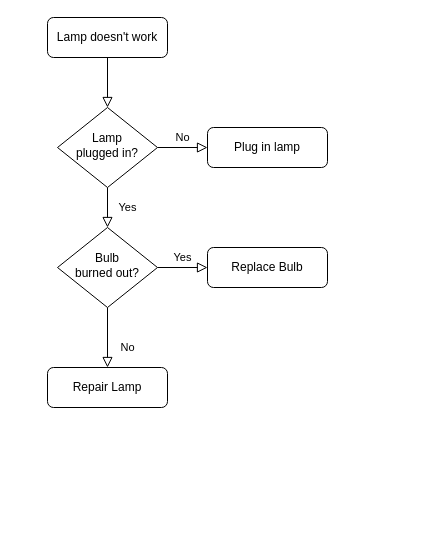
Before: Untitled Diagram.drawio in anhk/draw.io, a draw.io diagram. Source tidied: cells renumbered, new cells numbered last; positions are measured from the earlier drawing's top-left corner, leaving out a move shared by most shapes. Both pictures are drawn from the tidied source at 100%, with x=0, y=0 at pixel (47, 17).
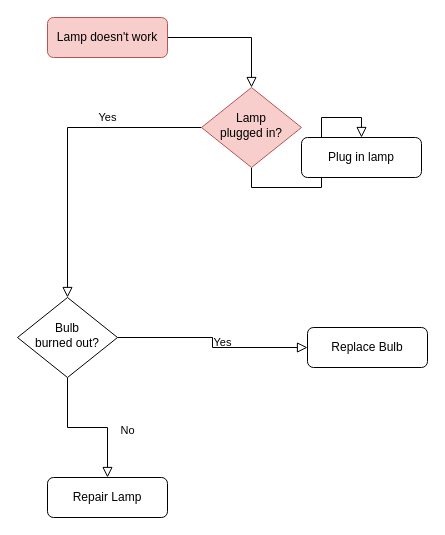
The same diagram, later.

The edit, as a diff of the source:
```diff
@@
 <mxGraphModel>
   <root>
     <mxCell id="0" />
     <mxCell id="1" parent="0" />
     <mxCell id="2" style="rounded=0;html=1;jettySize=auto;fontSize=11;endArrow=block;endFill=0;endSize=8;strokeWidth=1;shadow=0;labelBackgroundColor=none;edgeStyle=orthogonalEdgeStyle;" parent="1" edge="1" source="3" target="6">
       <mxGeometry relative="1" as="geometry" />
     </mxCell>
-    <mxCell id="3" value="Lamp doesn't work" style="rounded=1;whiteSpace=wrap;html=1;fontSize=12;glass=0;strokeWidth=1;shadow=0;" parent="1" vertex="1">
+    <mxCell id="3" value="Lamp doesn't work" style="rounded=1;whiteSpace=wrap;html=1;fontSize=12;glass=0;strokeWidth=1;shadow=0;fillColor=#f8cecc;strokeColor=#b85450;" parent="1" vertex="1">
       <mxGeometry width="120" height="40" as="geometry" />
     </mxCell>
     <mxCell id="4" value="Yes" style="rounded=0;html=1;jettySize=auto;fontSize=11;endArrow=block;endFill=0;endSize=8;strokeWidth=1;shadow=0;labelBackgroundColor=none;edgeStyle=orthogonalEdgeStyle;" parent="1" edge="1" source="6" target="10">
-      <mxGeometry y="20" relative="1" as="geometry" />
+      <mxGeometry x="-0.38" y="-10" relative="1" as="geometry" />
     </mxCell>
     <mxCell id="5" value="No" style="edgeStyle=orthogonalEdgeStyle;rounded=0;html=1;jettySize=auto;fontSize=11;endArrow=block;endFill=0;endSize=8;strokeWidth=1;shadow=0;labelBackgroundColor=none;" parent="1" edge="1" source="6" target="7">
       <mxGeometry y="10" relative="1" as="geometry" />
     </mxCell>
-    <mxCell id="6" value="Lamp&lt;br&gt;plugged in?" style="rhombus;whiteSpace=wrap;html=1;shadow=0;fontFamily=Helvetica;fontSize=12;align=center;strokeWidth=1;spacing=6;spacingTop=-4;" parent="1" vertex="1">
-      <mxGeometry x="10" y="90" width="100" height="80" as="geometry" />
+    <mxCell id="6" value="Lamp&lt;br&gt;plugged in?" style="rhombus;whiteSpace=wrap;html=1;shadow=0;fontFamily=Helvetica;fontSize=12;align=center;strokeWidth=1;spacing=6;spacingTop=-4;fillColor=#f8cecc;strokeColor=#b85450;" parent="1" vertex="1">
+      <mxGeometry x="154" y="70" width="100" height="80" as="geometry" />
     </mxCell>
     <mxCell id="7" value="Plug in lamp" style="rounded=1;whiteSpace=wrap;html=1;fontSize=12;glass=0;strokeWidth=1;shadow=0;" parent="1" vertex="1">
-      <mxGeometry x="160" y="110" width="120" height="40" as="geometry" />
+      <mxGeometry x="254" y="120" width="120" height="40" as="geometry" />
     </mxCell>
     <mxCell id="8" value="No" style="rounded=0;html=1;jettySize=auto;fontSize=11;endArrow=block;endFill=0;endSize=8;strokeWidth=1;shadow=0;labelBackgroundColor=none;edgeStyle=orthogonalEdgeStyle;" parent="1" edge="1" source="10" target="11">
       <mxGeometry x="0.33" y="20" relative="1" as="geometry" />
     </mxCell>
     <mxCell id="9" value="Yes" style="edgeStyle=orthogonalEdgeStyle;rounded=0;html=1;jettySize=auto;fontSize=11;endArrow=block;endFill=0;endSize=8;strokeWidth=1;shadow=0;labelBackgroundColor=none;" parent="1" edge="1" source="10" target="12">
       <mxGeometry y="10" relative="1" as="geometry" />
     </mxCell>
     <mxCell id="10" value="Bulb&lt;br&gt;burned out?" style="rhombus;whiteSpace=wrap;html=1;shadow=0;fontFamily=Helvetica;fontSize=12;align=center;strokeWidth=1;spacing=6;spacingTop=-4;" parent="1" vertex="1">
-      <mxGeometry x="10" y="210" width="100" height="80" as="geometry" />
+      <mxGeometry x="-30" y="280" width="100" height="80" as="geometry" />
     </mxCell>
     <mxCell id="11" value="Repair Lamp" style="rounded=1;whiteSpace=wrap;html=1;fontSize=12;glass=0;strokeWidth=1;shadow=0;" parent="1" vertex="1">
-      <mxGeometry y="350" width="120" height="40" as="geometry" />
+      <mxGeometry y="460" width="120" height="40" as="geometry" />
     </mxCell>
     <mxCell id="12" value="Replace Bulb" style="rounded=1;whiteSpace=wrap;html=1;fontSize=12;glass=0;strokeWidth=1;shadow=0;" parent="1" vertex="1">
-      <mxGeometry x="160" y="230" width="120" height="40" as="geometry" />
+      <mxGeometry x="260" y="310" width="120" height="40" as="geometry" />
     </mxCell>
   </root>
 </mxGraphModel>
```
